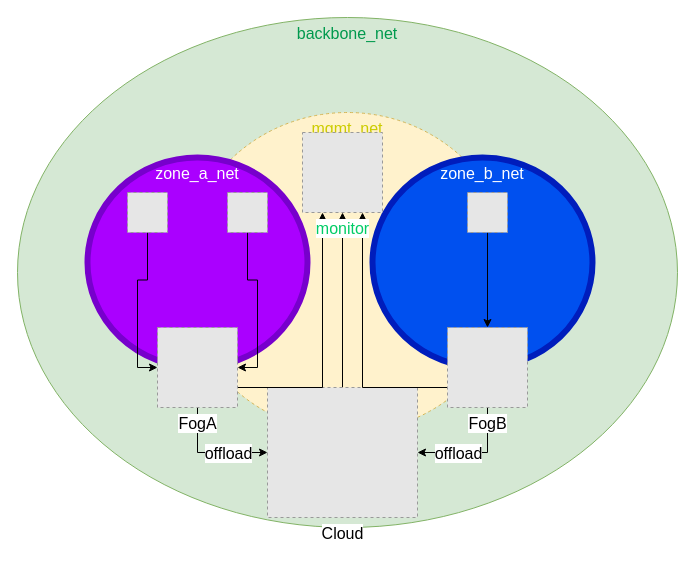
AngelosKamaris/AAU-1st-Semester-Repo-Group-8 keeps this draw.io diagram as IoT/Ex3/Diagramms/Arch_Diagramm.drawio. Above is the earlier version. Source tidied: cells renumbered, new cells numbered last; positions are measured from the earlier drawing's top-left corner, leaving out a move shared by most shapes. Both pictures are drawn from the tidied source at 100%, with x=0, y=0 at pixel (17, 17). Pictures stored in the file or linked from it are replaced by grey dashed boxes.
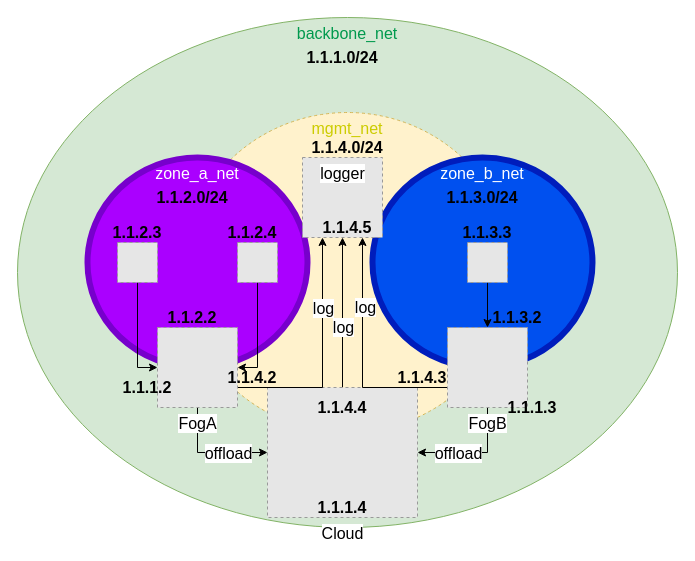
After the change.

The change refers to these unchanged cells:
```xml
<mxCell id="12" style="edgeStyle=orthogonalEdgeStyle;rounded=0;jettySize=auto;html=1;exitX=0.5;exitY=0;exitDx=0;exitDy=0;entryX=0.5;entryY=1;entryDx=0;entryDy=0;fontSize=16;fontColor=#00CC66;" parent="1" edge="1" source="13" target="22">
  <mxGeometry relative="1" as="geometry" />
</mxCell>
<mxCell id="14" style="edgeStyle=orthogonalEdgeStyle;rounded=0;jettySize=auto;html=1;exitX=1;exitY=0.75;exitDx=0;exitDy=0;entryX=0.25;entryY=1;entryDx=0;entryDy=0;fontSize=16;fontColor=#00CC66;" parent="1" edge="1" source="17" target="22">
  <mxGeometry relative="1" as="geometry">
    <Array as="points">
      <mxPoint x="305" y="370" />
    </Array>
  </mxGeometry>
</mxCell>
<mxCell id="18" style="edgeStyle=orthogonalEdgeStyle;rounded=0;jettySize=auto;html=1;exitX=0;exitY=0.75;exitDx=0;exitDy=0;entryX=0.75;entryY=1;entryDx=0;entryDy=0;fontSize=16;fontColor=#00CC66;" parent="1" edge="1" source="21" target="22">
  <mxGeometry relative="1" as="geometry">
    <Array as="points">
      <mxPoint x="345" y="370" />
    </Array>
  </mxGeometry>
</mxCell>
```

Diff of the diagram source:
```diff
@@
     <mxCell id="7" style="fillColor=#E6E6E6;strokeColor=#999999;dashed=1;verticalLabelPosition=bottom;verticalAlign=top;html=1;labelBackgroundColor=#ffffff;fontSize=16;fontColor=#00CC66;align=center;" parent="1" vertex="1">
-      <mxGeometry x="110" y="175" width="40" height="40" as="geometry" />
+      <mxGeometry x="100" y="225" width="40" height="40" as="geometry" />
     </mxCell>
@@
     <mxCell id="9" style="fillColor=#E6E6E6;strokeColor=#999999;dashed=1;verticalLabelPosition=bottom;verticalAlign=top;html=1;labelBackgroundColor=#ffffff;fontSize=16;fontColor=#00CC66;align=center;" parent="1" vertex="1">
-      <mxGeometry x="210" y="175" width="40" height="40" as="geometry" />
+      <mxGeometry x="220" y="225" width="40" height="40" as="geometry" />
     </mxCell>
@@
     <mxCell id="11" style="fillColor=#E6E6E6;strokeColor=#999999;dashed=1;verticalLabelPosition=bottom;verticalAlign=top;html=1;labelBackgroundColor=#ffffff;fontSize=16;fontColor=#00CC66;align=center;" parent="1" vertex="1">
-      <mxGeometry x="450" y="175" width="40" height="40" as="geometry" />
+      <mxGeometry x="450" y="225" width="40" height="40" as="geometry" />
     </mxCell>
@@
+    <mxCell id="23" value="log" style="text;html=1;align=center;verticalAlign=middle;labelBackgroundColor=#ffffff;fontSize=16;" parent="12" vertex="1">
+      <mxGeometry x="-0.24" y="2" relative="1" as="geometry">
+        <mxPoint x="2" y="-3.5" as="offset" />
+      </mxGeometry>
+    </mxCell>
@@
+    <mxCell id="24" value="log" style="text;html=1;align=center;verticalAlign=middle;labelBackgroundColor=#ffffff;fontSize=16;" parent="14" vertex="1">
+      <mxGeometry x="0.57" y="-2" relative="1" as="geometry">
+        <mxPoint x="-2" y="19.5" as="offset" />
+      </mxGeometry>
+    </mxCell>
@@
+    <mxCell id="25" value="log" style="text;html=1;align=center;verticalAlign=middle;labelBackgroundColor=#ffffff;fontSize=16;" parent="18" vertex="1">
+      <mxGeometry x="0.55" y="-3" relative="1" as="geometry">
+        <mxPoint x="-1" y="16.5" as="offset" />
+      </mxGeometry>
+    </mxCell>
@@
-    <mxCell id="22" value="monitor&lt;br&gt;" style="fillColor=#E6E6E6;strokeColor=#999999;dashed=1;verticalLabelPosition=bottom;verticalAlign=top;html=1;labelBackgroundColor=#ffffff;fontSize=16;fontColor=#00CC66;align=center;" parent="1" vertex="1">
-      <mxGeometry x="285" y="115" width="80" height="80" as="geometry" />
+    <mxCell id="22" value="&lt;font color=&quot;#000000&quot;&gt;logger&lt;/font&gt;" style="fillColor=#E6E6E6;strokeColor=#999999;dashed=1;verticalLabelPosition=middle;verticalAlign=top;html=1;labelBackgroundColor=#ffffff;fontSize=16;fontColor=#00CC66;align=center;labelPosition=center;" parent="1" vertex="1">
+      <mxGeometry x="285" y="140" width="80" height="80" as="geometry" />
     </mxCell>
+    <mxCell id="26" value="1.1.1.0/24" style="text;html=1;strokeColor=none;fillColor=none;align=center;verticalAlign=middle;whiteSpace=wrap;rounded=0;fontSize=16;fontStyle=1;" parent="1" vertex="1">
+      <mxGeometry x="290" y="30" width="70" height="20" as="geometry" />
+    </mxCell>
+    <mxCell id="27" value="1.1.4.0/24" style="text;html=1;strokeColor=none;fillColor=none;align=center;verticalAlign=middle;whiteSpace=wrap;rounded=0;fontSize=16;fontStyle=1;" parent="1" vertex="1">
+      <mxGeometry x="295" y="120" width="70" height="20" as="geometry" />
+    </mxCell>
+    <mxCell id="28" value="1.1.2.0/24" style="text;html=1;strokeColor=none;fillColor=none;align=center;verticalAlign=middle;whiteSpace=wrap;rounded=0;fontSize=16;fontStyle=1;" parent="1" vertex="1">
+      <mxGeometry x="140" y="170" width="70" height="20" as="geometry" />
+    </mxCell>
+    <mxCell id="29" value="1.1.3.0/24" style="text;html=1;strokeColor=none;fillColor=none;align=center;verticalAlign=middle;whiteSpace=wrap;rounded=0;fontSize=16;fontStyle=1;" parent="1" vertex="1">
+      <mxGeometry x="430" y="170" width="70" height="20" as="geometry" />
+    </mxCell>
+    <mxCell id="30" value="1.1.2.3" style="text;html=1;strokeColor=none;fillColor=none;align=center;verticalAlign=middle;whiteSpace=wrap;rounded=0;fontSize=16;fontStyle=1;" parent="1" vertex="1">
+      <mxGeometry x="85" y="205" width="70" height="20" as="geometry" />
+    </mxCell>
+    <mxCell id="31" value="1.1.2.2" style="text;html=1;strokeColor=none;fillColor=none;align=center;verticalAlign=middle;whiteSpace=wrap;rounded=0;fontSize=16;fontStyle=1;" parent="1" vertex="1">
+      <mxGeometry x="140" y="290" width="70" height="20" as="geometry" />
+    </mxCell>
+    <mxCell id="32" value="1.1.2.4" style="text;html=1;strokeColor=none;fillColor=none;align=center;verticalAlign=middle;whiteSpace=wrap;rounded=0;fontSize=16;fontStyle=1;" parent="1" vertex="1">
+      <mxGeometry x="200" y="205" width="70" height="20" as="geometry" />
+    </mxCell>
+    <mxCell id="33" value="1.1.3.3" style="text;html=1;strokeColor=none;fillColor=none;align=center;verticalAlign=middle;whiteSpace=wrap;rounded=0;fontSize=16;fontStyle=1;" parent="1" vertex="1">
+      <mxGeometry x="435" y="205" width="70" height="20" as="geometry" />
+    </mxCell>
+    <mxCell id="34" value="1.1.3.2" style="text;html=1;strokeColor=none;fillColor=none;align=center;verticalAlign=middle;whiteSpace=wrap;rounded=0;fontSize=16;fontStyle=1;" parent="1" vertex="1">
+      <mxGeometry x="465" y="290" width="70" height="20" as="geometry" />
+    </mxCell>
+    <mxCell id="35" value="1.1.1.3" style="text;html=1;strokeColor=none;fillColor=none;align=center;verticalAlign=middle;whiteSpace=wrap;rounded=0;fontSize=16;fontStyle=1;" parent="1" vertex="1">
+      <mxGeometry x="480" y="380" width="70" height="20" as="geometry" />
+    </mxCell>
+    <mxCell id="36" value="1.1.4.3" style="text;html=1;strokeColor=none;fillColor=none;align=center;verticalAlign=middle;whiteSpace=wrap;rounded=0;fontSize=16;fontStyle=1;" parent="1" vertex="1">
+      <mxGeometry x="370" y="350" width="70" height="20" as="geometry" />
+    </mxCell>
+    <mxCell id="37" value="1.1.4.2" style="text;html=1;strokeColor=none;fillColor=none;align=center;verticalAlign=middle;whiteSpace=wrap;rounded=0;fontSize=16;fontStyle=1;" parent="1" vertex="1">
+      <mxGeometry x="200" y="350" width="70" height="20" as="geometry" />
+    </mxCell>
+    <mxCell id="38" value="1.1.1.2" style="text;html=1;strokeColor=none;fillColor=none;align=center;verticalAlign=middle;whiteSpace=wrap;rounded=0;fontSize=16;fontStyle=1;" parent="1" vertex="1">
+      <mxGeometry x="95" y="360" width="70" height="20" as="geometry" />
+    </mxCell>
+    <mxCell id="39" value="1.1.1.4" style="text;html=1;strokeColor=none;fillColor=none;align=center;verticalAlign=middle;whiteSpace=wrap;rounded=0;fontSize=16;fontStyle=1;" parent="1" vertex="1">
+      <mxGeometry x="290" y="480" width="70" height="20" as="geometry" />
+    </mxCell>
+    <mxCell id="40" value="1.1.4.4" style="text;html=1;strokeColor=none;fillColor=none;align=center;verticalAlign=middle;whiteSpace=wrap;rounded=0;fontSize=16;fontStyle=1;" parent="1" vertex="1">
+      <mxGeometry x="290" y="380" width="70" height="20" as="geometry" />
+    </mxCell>
+    <mxCell id="41" value="1.1.4.5" style="text;html=1;strokeColor=none;fillColor=none;align=center;verticalAlign=middle;whiteSpace=wrap;rounded=0;fontSize=16;fontStyle=1;" parent="1" vertex="1">
+      <mxGeometry x="295" y="200" width="70" height="20" as="geometry" />
+    </mxCell>
```
